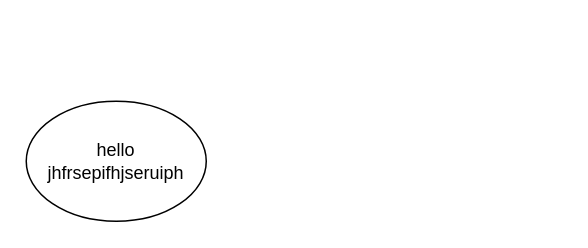
The draw.io diagram Untitled Diagram.drawio in singhadarsh12345/Flow-Charts, before the edit. Source tidied: cells renumbered, new cells numbered last; positions are measured from the earlier drawing's top-left corner, leaving out a move shared by most shapes. Both pictures are drawn from the tidied source at 150%, with x=0, y=0 at pixel (26, 100).
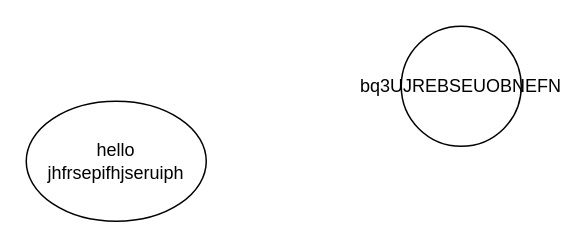
The same page after the edit.

Diff of the diagram source:
```diff
@@
 <mxGraphModel>
   <root>
     <mxCell id="0" />
     <mxCell id="1" parent="0" />
     <mxCell id="2" value="hello jhfrsepifhjseruiph" style="ellipse;whiteSpace=wrap;html=1;" parent="1" vertex="1">
       <mxGeometry width="120" height="80" as="geometry" />
     </mxCell>
+    <mxCell id="3" value="bq3UJREBSEUOBNEFN" style="ellipse;whiteSpace=wrap;html=1;" parent="1" vertex="1">
+      <mxGeometry x="250" y="-50" width="80" height="80" as="geometry" />
+    </mxCell>
   </root>
 </mxGraphModel>
```
